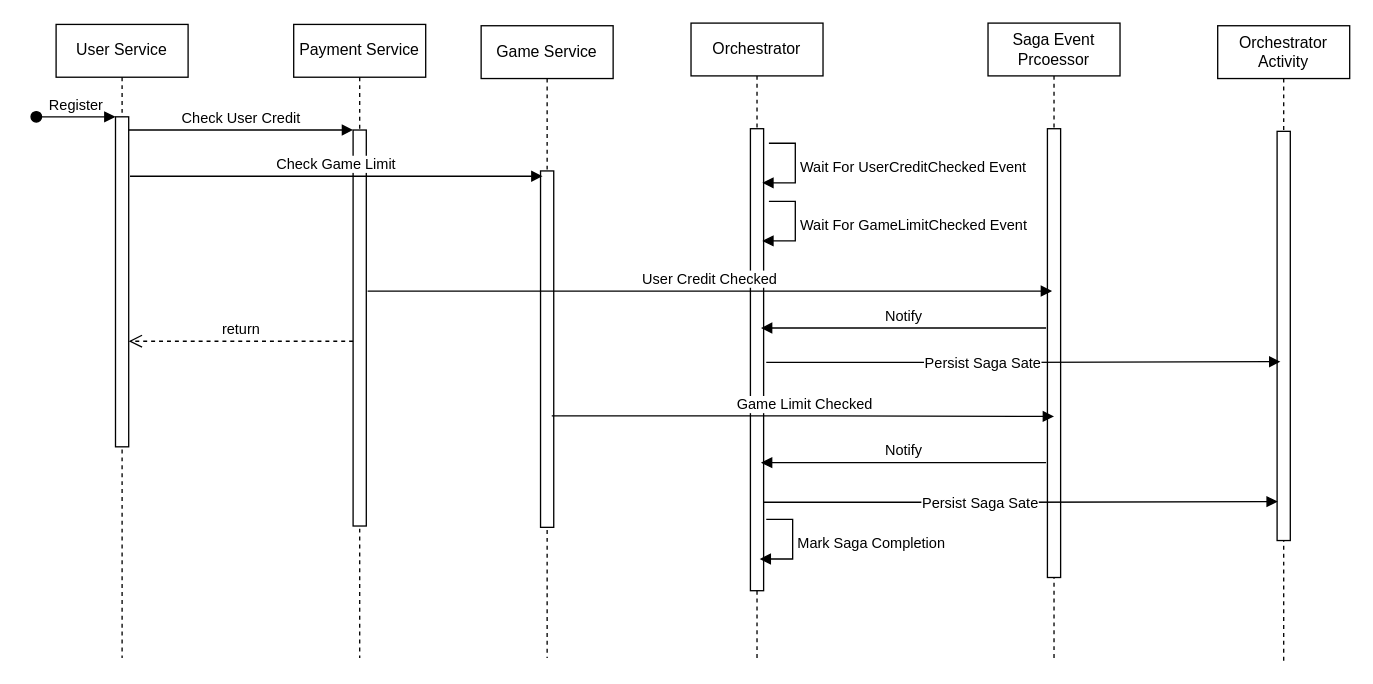
Above: Untitled Diagram.drawio in sajanep/FantasyGaming (draw.io), before the change. Source tidied: cells renumbered, new cells numbered last; positions are measured from the earlier drawing's top-left corner, leaving out a move shared by most shapes. Both pictures are drawn from the tidied source at 132%, with x=0, y=0 at pixel (36, 22).
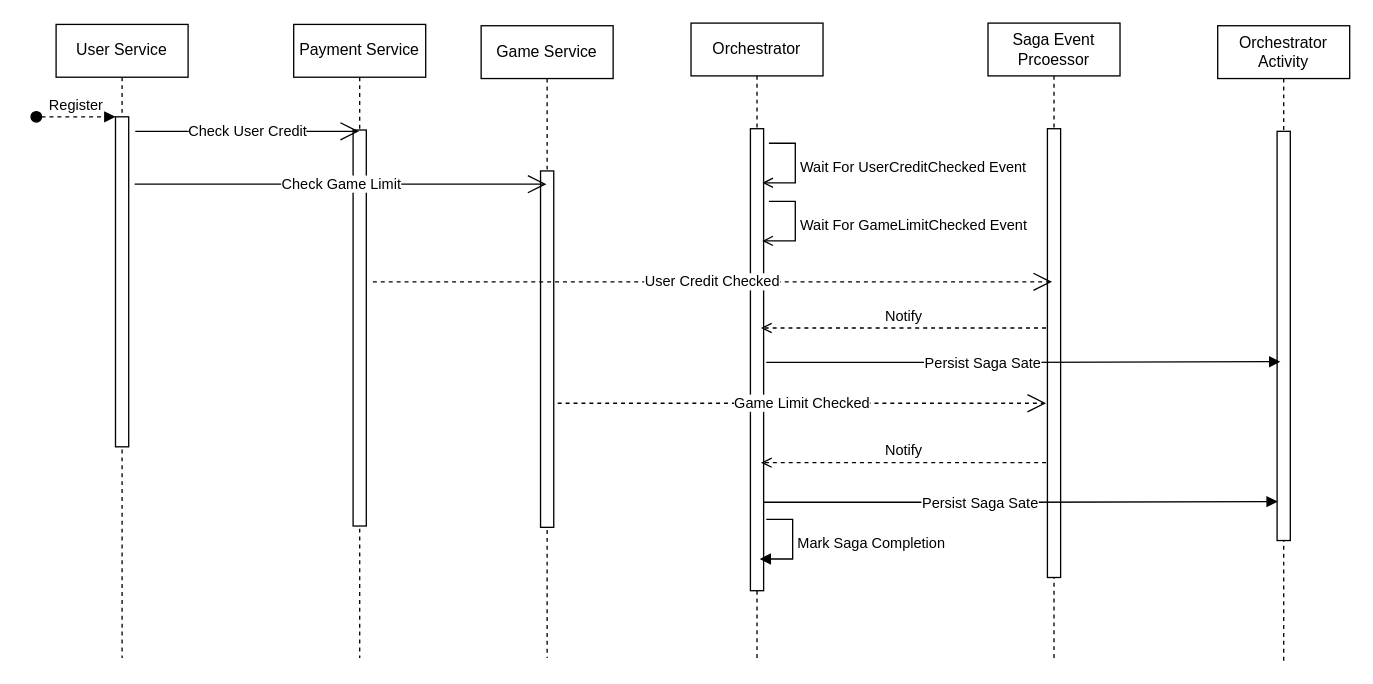
Above is the later version.

Commit message:
Corrected arrow styles

The change refers to these unchanged cells:
```xml
<mxCell id="2" value="User Service" style="shape=umlLifeline;perimeter=lifelinePerimeter;whiteSpace=wrap;html=1;newEdgeStyle={&quot;edgeStyle&quot;:&quot;elbowEdgeStyle&quot;,&quot;elbow&quot;:&quot;vertical&quot;,&quot;curved&quot;:0,&quot;rounded&quot;:0};" parent="1" vertex="1">
  <mxGeometry x="15" y="1" width="100" height="480" as="geometry" />
</mxCell>
<mxCell id="3" style="html=1;points=[];perimeter=orthogonalPerimeter;outlineConnect=0;targetShapes=umlLifeline;portConstraint=eastwest;newEdgeStyle={&quot;edgeStyle&quot;:&quot;elbowEdgeStyle&quot;,&quot;elbow&quot;:&quot;vertical&quot;,&quot;curved&quot;:0,&quot;rounded&quot;:0};" parent="2" vertex="1">
  <mxGeometry x="45" y="70" width="10" height="250" as="geometry" />
</mxCell>
<mxCell id="6" style="html=1;points=[];perimeter=orthogonalPerimeter;outlineConnect=0;targetShapes=umlLifeline;portConstraint=eastwest;newEdgeStyle={&quot;edgeStyle&quot;:&quot;elbowEdgeStyle&quot;,&quot;elbow&quot;:&quot;vertical&quot;,&quot;curved&quot;:0,&quot;rounded&quot;:0};" parent="5" vertex="1">
  <mxGeometry x="45" y="80" width="10" height="300" as="geometry" />
</mxCell>
<mxCell id="9" value="Game Service" style="shape=umlLifeline;perimeter=lifelinePerimeter;whiteSpace=wrap;html=1;outlineConnect=0;portConstraint=eastwest;newEdgeStyle={&quot;edgeStyle&quot;:&quot;elbowEdgeStyle&quot;,&quot;elbow&quot;:&quot;vertical&quot;,&quot;curved&quot;:0,&quot;rounded&quot;:0};" parent="1" vertex="1">
  <mxGeometry x="337" y="2" width="100" height="479" as="geometry" />
</mxCell>
```

Change to the diagram source:
```diff
@@
-    <mxCell id="4" value="Register" style="html=1;verticalAlign=bottom;startArrow=oval;endArrow=block;startSize=8;edgeStyle=elbowEdgeStyle;elbow=vertical;curved=0;rounded=0;" parent="2" edge="1" target="3">
+    <mxCell id="4" value="Register" style="html=1;verticalAlign=bottom;startArrow=oval;endArrow=block;startSize=8;edgeStyle=elbowEdgeStyle;elbow=vertical;curved=0;rounded=0;dashed=1;" parent="2" edge="1" target="3">
       <mxGeometry relative="1" as="geometry">
         <mxPoint x="-15" y="70" as="sourcePoint" />
       </mxGeometry>
     </mxCell>
@@
-    <mxCell id="7" value="Check User Credit" style="html=1;verticalAlign=bottom;endArrow=block;edgeStyle=elbowEdgeStyle;elbow=horizontal;curved=0;rounded=0;" parent="1" edge="1" source="3" target="6">
-      <mxGeometry relative="1" as="geometry">
-        <Array as="points">
-          <mxPoint x="155" y="81" />
-        </Array>
-      </mxGeometry>
-    </mxCell>
-    <mxCell id="8" value="return" style="html=1;verticalAlign=bottom;endArrow=open;dashed=1;endSize=8;edgeStyle=elbowEdgeStyle;elbow=vertical;curved=0;rounded=0;" parent="1" edge="1" source="6" target="3">
-      <mxGeometry relative="1" as="geometry">
-        <Array as="points">
-          <mxPoint x="165" y="241" />
-        </Array>
-      </mxGeometry>
-    </mxCell>
@@
-    <mxCell id="15" value="Wait For UserCreditChecked Event" style="html=1;align=left;spacingLeft=2;endArrow=block;rounded=0;edgeStyle=orthogonalEdgeStyle;curved=0;rounded=0;" parent="1" edge="1">
+    <mxCell id="15" value="Wait For UserCreditChecked Event" style="html=1;align=left;spacingLeft=2;endArrow=open;rounded=0;edgeStyle=orthogonalEdgeStyle;curved=0;rounded=0;endFill=0;" parent="1" edge="1">
       <mxGeometry relative="1" as="geometry">
         <mxPoint x="555" y="91" as="sourcePoint" />
         <mxPoint x="550" y="121" as="targetPoint" />
         <Array as="points">
           <mxPoint x="575" y="121" />
         </Array>
       </mxGeometry>
     </mxCell>
-    <mxCell id="16" value="Wait For GameLimitChecked Event" style="html=1;align=left;spacingLeft=2;endArrow=block;rounded=0;edgeStyle=orthogonalEdgeStyle;curved=0;rounded=0;" parent="1" edge="1">
+    <mxCell id="16" value="Wait For GameLimitChecked Event" style="html=1;align=left;spacingLeft=2;endArrow=open;rounded=0;edgeStyle=orthogonalEdgeStyle;curved=0;rounded=0;endFill=0;" parent="1" edge="1">
       <mxGeometry relative="1" as="geometry">
         <mxPoint x="555" y="135" as="sourcePoint" />
         <mxPoint x="550" y="165" as="targetPoint" />
         <Array as="points">
           <mxPoint x="575" y="165" />
         </Array>
       </mxGeometry>
     </mxCell>
-    <mxCell id="17" value="Check Game Limit" style="html=1;verticalAlign=bottom;endArrow=block;edgeStyle=elbowEdgeStyle;elbow=horizontal;curved=0;rounded=0;" parent="1" edge="1">
-      <mxGeometry relative="1" as="geometry">
-        <mxPoint x="71" y="116" as="sourcePoint" />
-        <mxPoint x="383.5" y="116" as="targetPoint" />
-        <Array as="points">
-          <mxPoint x="156" y="116" />
-        </Array>
-      </mxGeometry>
-    </mxCell>
-    <mxCell id="18" value="User Credit Checked" style="html=1;verticalAlign=bottom;endArrow=block;edgeStyle=elbowEdgeStyle;elbow=horizontal;curved=0;rounded=0;" parent="1" edge="1">
-      <mxGeometry relative="1" as="geometry">
-        <mxPoint x="251" y="203" as="sourcePoint" />
-        <mxPoint x="769.5" y="203" as="targetPoint" />
-        <Array as="points">
-          <mxPoint x="327" y="203" />
-        </Array>
-      </mxGeometry>
-    </mxCell>
-    <mxCell id="19" value="Game Limit Checked" style="html=1;verticalAlign=bottom;endArrow=block;edgeStyle=elbowEdgeStyle;elbow=horizontal;curved=0;rounded=0;" parent="1" edge="1">
-      <mxGeometry relative="1" as="geometry">
-        <mxPoint x="390.5" y="297.5" as="sourcePoint" />
-        <mxPoint x="771" y="298" as="targetPoint" />
-        <Array as="points">
-          <mxPoint x="599" y="322" />
-        </Array>
-      </mxGeometry>
-    </mxCell>
@@
-    <mxCell id="22" value="Notify " style="html=1;verticalAlign=bottom;endArrow=block;edgeStyle=elbowEdgeStyle;elbow=horizontal;curved=0;rounded=0;" parent="1" edge="1">
+    <mxCell id="22" value="Notify " style="html=1;verticalAlign=bottom;endArrow=open;edgeStyle=elbowEdgeStyle;elbow=horizontal;curved=1;endFill=0;dashed=1;" parent="1" edge="1">
       <mxGeometry relative="1" as="geometry">
         <mxPoint x="765" y="231" as="sourcePoint" />
         <mxPoint x="549" y="231" as="targetPoint" />
         <Array as="points">
           <mxPoint x="563" y="231" />
         </Array>
       </mxGeometry>
     </mxCell>
-    <mxCell id="23" value="Notify " style="html=1;verticalAlign=bottom;endArrow=block;edgeStyle=elbowEdgeStyle;elbow=horizontal;curved=0;rounded=0;" parent="1" edge="1">
+    <mxCell id="23" value="Notify " style="html=1;verticalAlign=bottom;endArrow=open;edgeStyle=elbowEdgeStyle;elbow=horizontal;curved=0;rounded=0;endFill=0;dashed=1;" parent="1" edge="1">
       <mxGeometry relative="1" as="geometry">
         <mxPoint x="765" y="333" as="sourcePoint" />
         <mxPoint x="549" y="333" as="targetPoint" />
         <Array as="points">
           <mxPoint x="563" y="333" />
         </Array>
       </mxGeometry>
     </mxCell>
@@
+    <mxCell id="7" value="Check User Credit" style="endArrow=open;endSize=12;html=1;rounded=0;" parent="1" edge="1">
+      <mxGeometry relative="1" as="geometry">
+        <mxPoint x="75" y="82" as="sourcePoint" />
+        <mxPoint x="244.5" y="82" as="targetPoint" />
+      </mxGeometry>
+    </mxCell>
+    <mxCell id="17" value="Check Game Limit" style="endArrow=open;endSize=12;html=1;rounded=0;" parent="1" edge="1" target="9">
+      <mxGeometry relative="1" as="geometry">
+        <mxPoint x="74.5" y="122" as="sourcePoint" />
+      </mxGeometry>
+    </mxCell>
+    <mxCell id="18" value="User Credit Checked" style="endArrow=open;endSize=12;dashed=1;html=1;rounded=0;" parent="1" edge="1">
+      <mxGeometry relative="1" as="geometry">
+        <mxPoint x="255" y="196" as="sourcePoint" />
+        <mxPoint x="769.5" y="196" as="targetPoint" />
+      </mxGeometry>
+    </mxCell>
+    <mxCell id="19" value="Game Limit Checked" style="endArrow=open;endSize=12;dashed=1;html=1;rounded=0;" parent="1" edge="1">
+      <mxGeometry relative="1" as="geometry">
+        <mxPoint x="395" y="288" as="sourcePoint" />
+        <mxPoint x="765" y="288" as="targetPoint" />
+      </mxGeometry>
+    </mxCell>
```
